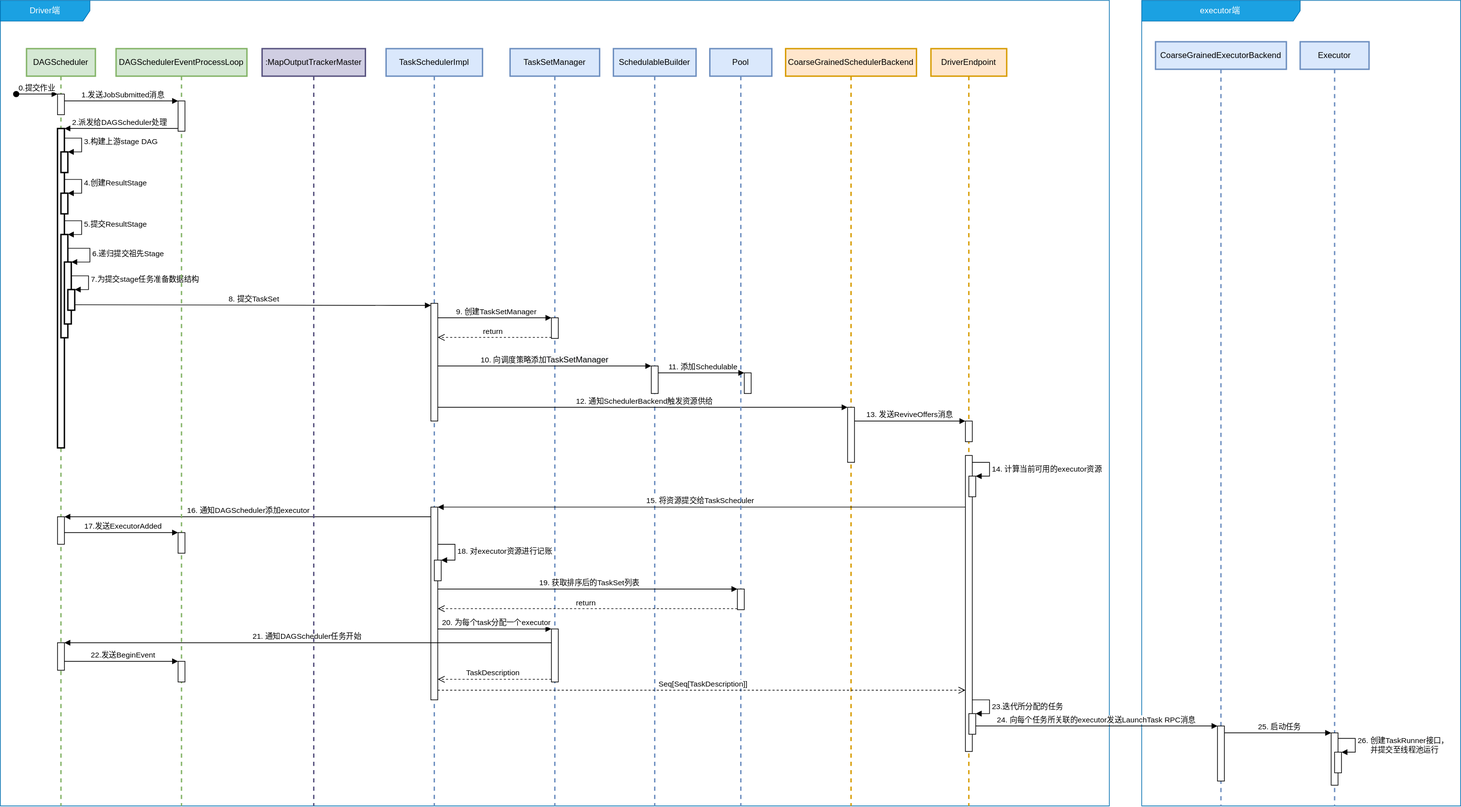
This is images/spark/submit-job.svg from jtLiBrain/jtLiBrain.github.io, a draw.io export, as it was before one commit. Source tidied: cells renumbered, new cells last; positions are measured from the earlier drawing's top-left corner, leaving out a move shared by most shapes.
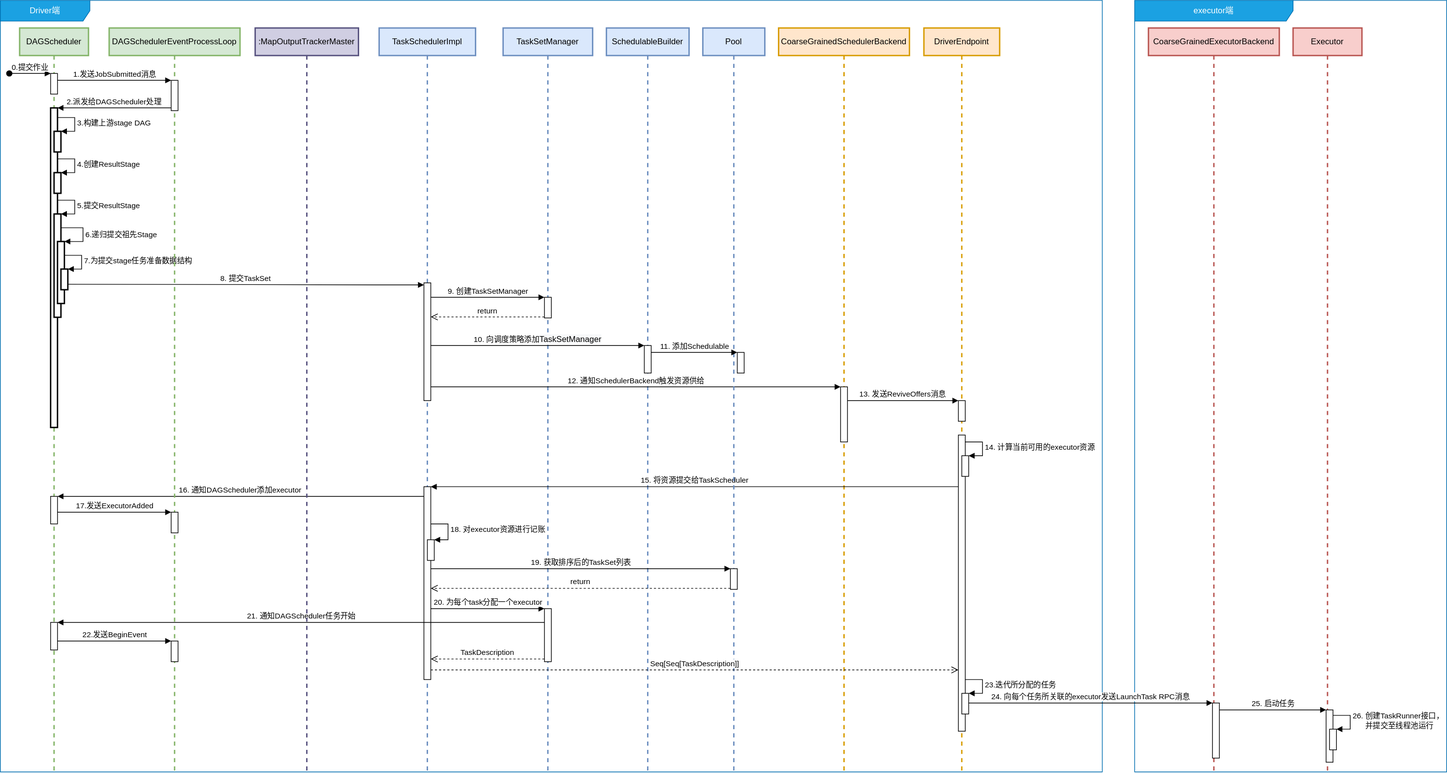
The same diagram one commit later.

Diff of the diagram source:
```diff
@@ -3,13 +3,13 @@
     <mxCell id="0" />
     <mxCell id="1" parent="0" />
     <mxCell id="2" value="executor端" style="shape=umlFrame;whiteSpace=wrap;html=1;strokeColor=#006EAF;strokeWidth=1;fillColor=#1ba1e2;width=230;height=30;fontColor=#ffffff;" parent="1" vertex="1">
-      <mxGeometry x="1657" width="463" height="1170" as="geometry" />
+      <mxGeometry x="1657" y="30" width="453" height="1120" as="geometry" />
     </mxCell>
     <mxCell id="3" value="Driver端" style="shape=umlFrame;whiteSpace=wrap;html=1;strokeColor=#006EAF;strokeWidth=1;fillColor=#1ba1e2;width=130;height=30;fontColor=#ffffff;" parent="1" vertex="1">
-      <mxGeometry width="1610" height="1170" as="geometry" />
+      <mxGeometry x="10" y="30" width="1600" height="1120" as="geometry" />
     </mxCell>
     <mxCell id="4" value="TaskSchedulerImpl" style="shape=umlLifeline;perimeter=lifelinePerimeter;whiteSpace=wrap;html=1;strokeColor=#6c8ebf;strokeWidth=2;fillColor=#dae8fc;" parent="1" vertex="1">
-      <mxGeometry x="560" y="70" width="140" height="1100" as="geometry" />
+      <mxGeometry x="560" y="70" width="140" height="1080" as="geometry" />
     </mxCell>
     <mxCell id="5" style="html=1;points=[];perimeter=orthogonalPerimeter;" parent="4" vertex="1">
       <mxGeometry x="65" y="370" width="10" height="171" as="geometry" />
@@ -18,7 +18,7 @@
       <mxGeometry x="65" y="666" width="10" height="280" as="geometry" />
     </mxCell>
     <mxCell id="7" value="DAGScheduler" style="shape=umlLifeline;perimeter=lifelinePerimeter;whiteSpace=wrap;html=1;strokeColor=#82b366;strokeWidth=2;fillColor=#d5e8d4;" parent="1" vertex="1">
-      <mxGeometry x="38" y="70" width="100" height="1100" as="geometry" />
+      <mxGeometry x="38" y="70" width="100" height="1080" as="geometry" />
     </mxCell>
     <mxCell id="8" style="html=1;points=[];perimeter=orthogonalPerimeter;strokeColor=#000000;strokeWidth=1;fillColor=#ffffff;gradientColor=none;" parent="7" vertex="1">
       <mxGeometry x="45" y="680" width="10" height="40" as="geometry" />
@@ -93,7 +93,7 @@
       </mxGeometry>
     </mxCell>
     <mxCell id="23" value="TaskSetManager" style="shape=umlLifeline;perimeter=lifelinePerimeter;whiteSpace=wrap;html=1;strokeColor=#6c8ebf;strokeWidth=2;fillColor=#dae8fc;" parent="1" vertex="1">
-      <mxGeometry x="740" y="70" width="130" height="1100" as="geometry" />
+      <mxGeometry x="740" y="70" width="130" height="1080" as="geometry" />
     </mxCell>
     <mxCell id="24" style="html=1;points=[];perimeter=orthogonalPerimeter;strokeColor=#000000;strokeWidth=1;fillColor=#ffffff;gradientColor=none;" parent="23" vertex="1">
       <mxGeometry x="60" y="391" width="10" height="30" as="geometry" />
@@ -102,7 +102,7 @@
       <mxGeometry x="60" y="843" width="10" height="77" as="geometry" />
     </mxCell>
     <mxCell id="26" value="DriverEndpoint" style="shape=umlLifeline;perimeter=lifelinePerimeter;whiteSpace=wrap;html=1;strokeColor=#d79b00;strokeWidth=2;fillColor=#ffe6cc;" parent="1" vertex="1">
-      <mxGeometry x="1351" y="70" width="110" height="1100" as="geometry" />
+      <mxGeometry x="1351" y="70" width="110" height="1080" as="geometry" />
     </mxCell>
     <mxCell id="27" style="html=1;points=[];perimeter=orthogonalPerimeter;strokeColor=#000000;strokeWidth=1;fillColor=#ffffff;gradientColor=none;" parent="26" vertex="1">
       <mxGeometry x="50" y="591" width="10" height="430" as="geometry" />
@@ -134,7 +134,7 @@
       <mxGeometry relative="1" as="geometry" />
     </mxCell>
     <mxCell id="33" value="SchedulableBuilder" style="shape=umlLifeline;perimeter=lifelinePerimeter;whiteSpace=wrap;html=1;strokeColor=#6c8ebf;strokeWidth=2;fillColor=#dae8fc;" parent="1" vertex="1">
-      <mxGeometry x="890" y="70" width="120" height="1100" as="geometry" />
+      <mxGeometry x="890" y="70" width="120" height="1080" as="geometry" />
     </mxCell>
     <mxCell id="34" style="html=1;points=[];perimeter=orthogonalPerimeter;strokeColor=#000000;strokeWidth=1;fillColor=#ffffff;gradientColor=none;" parent="33" vertex="1">
       <mxGeometry x="55" y="461" width="10" height="40" as="geometry" />
@@ -143,7 +143,7 @@
       <mxGeometry relative="1" as="geometry" />
     </mxCell>
     <mxCell id="36" value="CoarseGrainedSchedulerBackend" style="shape=umlLifeline;perimeter=lifelinePerimeter;whiteSpace=wrap;html=1;strokeColor=#d79b00;strokeWidth=2;fillColor=#ffe6cc;" parent="1" vertex="1">
-      <mxGeometry x="1140" y="70" width="190" height="1100" as="geometry" />
+      <mxGeometry x="1140" y="70" width="190" height="1080" as="geometry" />
     </mxCell>
     <mxCell id="37" style="html=1;points=[];perimeter=orthogonalPerimeter;strokeColor=#000000;strokeWidth=1;fillColor=#ffffff;gradientColor=none;" parent="36" vertex="1">
       <mxGeometry x="90" y="521" width="10" height="80" as="geometry" />
@@ -186,7 +186,7 @@
       </mxGeometry>
     </mxCell>
     <mxCell id="47" value="Pool" style="shape=umlLifeline;perimeter=lifelinePerimeter;whiteSpace=wrap;html=1;strokeColor=#6c8ebf;strokeWidth=2;fillColor=#dae8fc;" parent="1" vertex="1">
-      <mxGeometry x="1030" y="70" width="90" height="1100" as="geometry" />
+      <mxGeometry x="1030" y="70" width="90" height="1080" as="geometry" />
     </mxCell>
     <mxCell id="48" style="html=1;points=[];perimeter=orthogonalPerimeter;strokeColor=#000000;strokeWidth=1;fillColor=#ffffff;gradientColor=none;" parent="47" vertex="1">
       <mxGeometry x="40" y="785" width="10" height="30" as="geometry" />
@@ -217,29 +217,29 @@
     <mxCell id="56" value="Seq[Seq[TaskDescription]]" style="html=1;verticalAlign=bottom;endArrow=open;dashed=1;endSize=8;exitX=1;exitY=0.95;strokeWidth=1;" parent="1" edge="1" source="6" target="27">
       <mxGeometry relative="1" as="geometry" />
     </mxCell>
-    <mxCell id="57" value="CoarseGrainedExecutorBackend" style="shape=umlLifeline;perimeter=lifelinePerimeter;whiteSpace=wrap;html=1;strokeColor=#6c8ebf;strokeWidth=2;fillColor=#dae8fc;" parent="1" vertex="1">
-      <mxGeometry x="1677" y="60" width="190" height="1110" as="geometry" />
+    <mxCell id="57" value="CoarseGrainedExecutorBackend" style="shape=umlLifeline;perimeter=lifelinePerimeter;whiteSpace=wrap;html=1;strokeColor=#b85450;strokeWidth=2;fillColor=#f8cecc;" parent="1" vertex="1">
+      <mxGeometry x="1677" y="70" width="190" height="1080" as="geometry" />
     </mxCell>
     <mxCell id="58" style="html=1;points=[];perimeter=orthogonalPerimeter;strokeColor=#000000;strokeWidth=1;fillColor=#ffffff;gradientColor=none;" parent="57" vertex="1">
-      <mxGeometry x="90" y="994" width="10" height="80" as="geometry" />
+      <mxGeometry x="93" y="980" width="10" height="80" as="geometry" />
     </mxCell>
     <mxCell id="59" value="24. 向每个任务所关联的executor发送LaunchTask RPC消息" style="html=1;verticalAlign=bottom;endArrow=block;entryX=0;entryY=0;strokeWidth=1;" parent="1" edge="1" source="28" target="58">
       <mxGeometry relative="1" as="geometry" />
     </mxCell>
-    <mxCell id="60" value="Executor" style="shape=umlLifeline;perimeter=lifelinePerimeter;whiteSpace=wrap;html=1;strokeColor=#6c8ebf;strokeWidth=2;fillColor=#dae8fc;" parent="1" vertex="1">
-      <mxGeometry x="1887" y="60" width="100" height="1110" as="geometry" />
+    <mxCell id="60" value="Executor" style="shape=umlLifeline;perimeter=lifelinePerimeter;whiteSpace=wrap;html=1;strokeColor=#b85450;strokeWidth=2;fillColor=#f8cecc;" parent="1" vertex="1">
+      <mxGeometry x="1887" y="70" width="100" height="1080" as="geometry" />
     </mxCell>
     <mxCell id="61" style="html=1;points=[];perimeter=orthogonalPerimeter;strokeColor=#000000;strokeWidth=1;fillColor=#ffffff;gradientColor=none;" parent="60" vertex="1">
-      <mxGeometry x="45" y="1004" width="10" height="76" as="geometry" />
+      <mxGeometry x="48" y="990" width="10" height="76" as="geometry" />
     </mxCell>
     <mxCell id="62" style="html=1;points=[];perimeter=orthogonalPerimeter;strokeColor=#000000;strokeWidth=1;fillColor=#ffffff;gradientColor=none;" parent="60" vertex="1">
-      <mxGeometry x="50" y="1032" width="10" height="30" as="geometry" />
+      <mxGeometry x="53" y="1018" width="10" height="30" as="geometry" />
     </mxCell>
     <mxCell id="63" value="26. 创建TaskRunner接口，&lt;br&gt;&amp;nbsp; &amp;nbsp; &amp;nbsp; 并提交至线程池运行" style="edgeStyle=orthogonalEdgeStyle;html=1;align=left;spacingLeft=2;endArrow=block;rounded=0;entryX=1;entryY=0;strokeWidth=1;" parent="60" edge="1" target="62">
       <mxGeometry relative="1" as="geometry">
-        <mxPoint x="55" y="1012" as="sourcePoint" />
+        <mxPoint x="58" y="998" as="sourcePoint" />
         <Array as="points">
-          <mxPoint x="80" y="1012" />
+          <mxPoint x="83" y="998" />
         </Array>
       </mxGeometry>
     </mxCell>
@@ -247,7 +247,7 @@
       <mxGeometry relative="1" as="geometry" />
     </mxCell>
     <mxCell id="65" value="DAGSchedulerEventProcessLoop" style="shape=umlLifeline;perimeter=lifelinePerimeter;whiteSpace=wrap;html=1;fillColor=#d5e8d4;strokeColor=#82b366;strokeWidth=2;" parent="1" vertex="1">
-      <mxGeometry x="168" y="70" width="190" height="1100" as="geometry" />
+      <mxGeometry x="168" y="70" width="190" height="1080" as="geometry" />
     </mxCell>
     <mxCell id="66" style="html=1;points=[];perimeter=orthogonalPerimeter;" parent="65" vertex="1">
       <mxGeometry x="90" y="76" width="10" height="44" as="geometry" />
@@ -265,7 +265,7 @@
       <mxGeometry relative="1" as="geometry" />
     </mxCell>
     <mxCell id="71" value=":MapOutputTrackerMaster" style="shape=umlLifeline;perimeter=lifelinePerimeter;whiteSpace=wrap;html=1;strokeWidth=2;fillColor=#d0cee2;strokeColor=#56517e;" parent="1" vertex="1">
-      <mxGeometry x="380" y="70" width="150" height="1100" as="geometry" />
+      <mxGeometry x="380" y="70" width="150" height="1080" as="geometry" />
     </mxCell>
     <mxCell id="72" value="22.发送BeginEvent" style="html=1;verticalAlign=bottom;endArrow=block;entryX=0;entryY=0;" parent="1" edge="1" source="9" target="68">
       <mxGeometry relative="1" as="geometry" />
```
